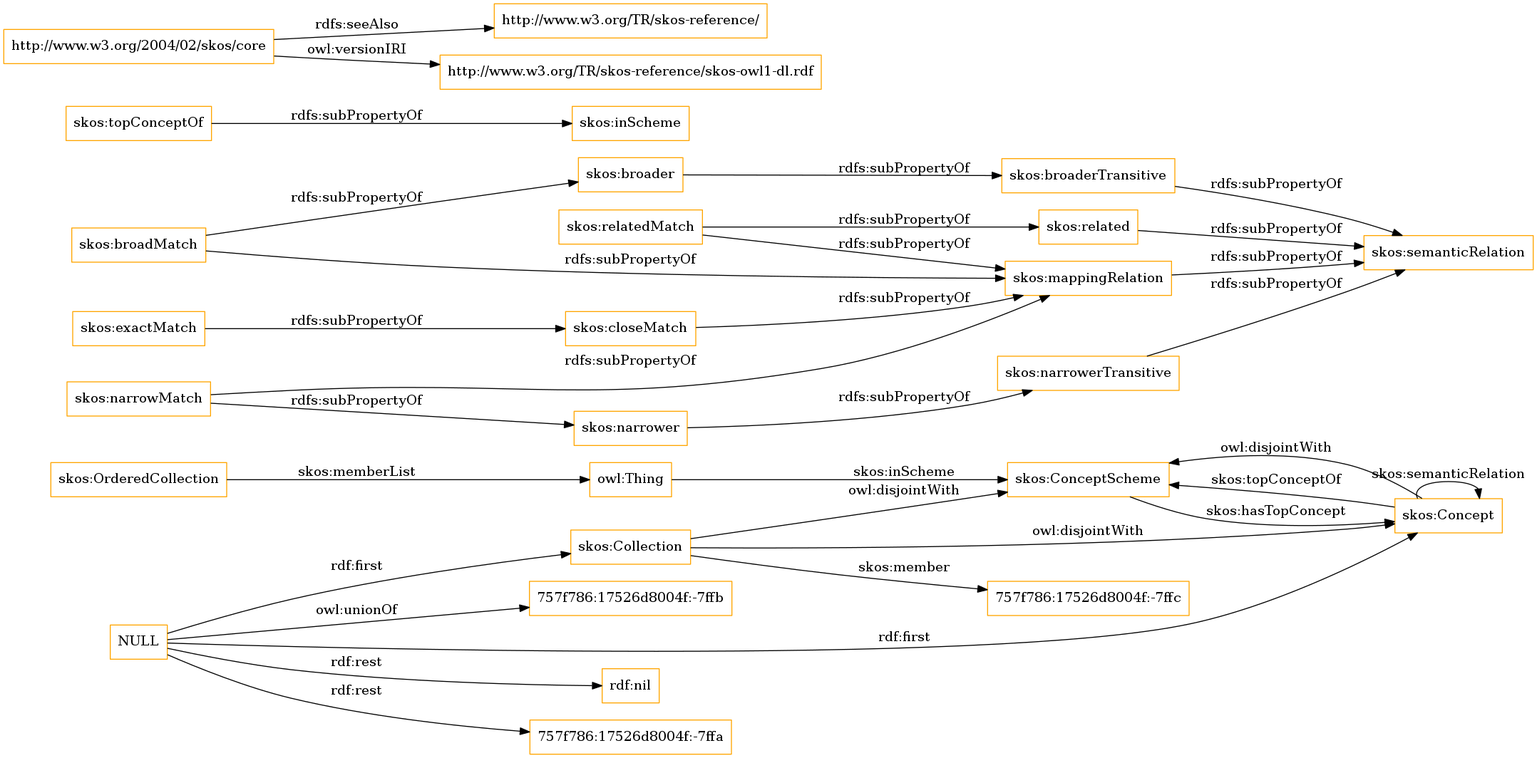
This is OnToology/imports/skos.owl/diagrams/ar2dtool-class/skos.owl.png from OnToologyUser/core-ontology-1, a Graphviz export, as it was before one commit. Its source is kept beside it as OnToology/imports/skos.owl/diagrams/ar2dtool-class/skos.owl.png.dot.
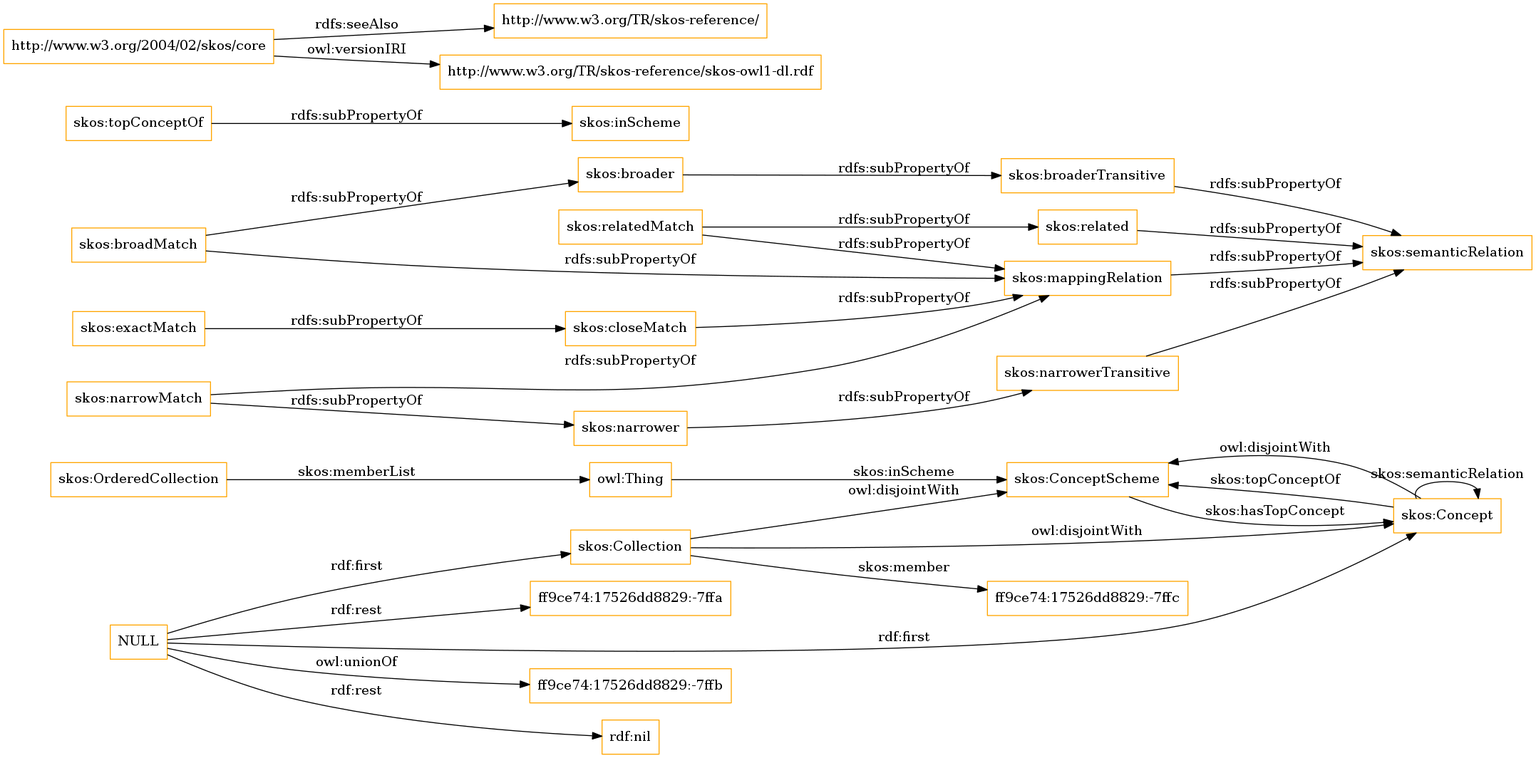
After the commit.

The edit, as a diff of the source:
```diff
@@ -1,13 +1,13 @@
 digraph ar2dtool_diagram {
 rankdir=LR;
 size="1501"
-node [shape = rectangle, color="orange"]; "skos:OrderedCollection" "skos:ConceptScheme" "skos:Concept" "skos:Collection" "757f786:17526d8004f:-7ffc" ; /*classes style*/
+node [shape = rectangle, color="orange"]; "skos:OrderedCollection" "skos:ConceptScheme" "skos:Concept" "skos:Collection" "ff9ce74:17526dd8829:-7ffc" ; /*classes style*/
 	"skos:narrowerTransitive" -> "skos:semanticRelation" [ label = "rdfs:subPropertyOf" ];
+	"NULL" -> "ff9ce74:17526dd8829:-7ffb" [ label = "owl:unionOf" ];
 	"NULL" -> "rdf:nil" [ label = "rdf:rest" ];
 	"NULL" -> "skos:Concept" [ label = "rdf:first" ];
-	"NULL" -> "757f786:17526d8004f:-7ffa" [ label = "rdf:rest" ];
+	"NULL" -> "ff9ce74:17526dd8829:-7ffa" [ label = "rdf:rest" ];
 	"NULL" -> "skos:Collection" [ label = "rdf:first" ];
-	"NULL" -> "757f786:17526d8004f:-7ffb" [ label = "owl:unionOf" ];
 	"skos:closeMatch" -> "skos:mappingRelation" [ label = "rdfs:subPropertyOf" ];
 	"skos:Concept" -> "skos:ConceptScheme" [ label = "owl:disjointWith" ];
 	"skos:relatedMatch" -> "skos:related" [ label = "rdfs:subPropertyOf" ];
@@ -30,7 +30,7 @@
 	"skos:OrderedCollection" -> "owl:Thing" [ label = "skos:memberList" ];
 	"skos:Concept" -> "skos:ConceptScheme" [ label = "skos:topConceptOf" ];
 	"skos:Concept" -> "skos:Concept" [ label = "skos:semanticRelation" ];
-	"skos:Collection" -> "757f786:17526d8004f:-7ffc" [ label = "skos:member" ];
+	"skos:Collection" -> "ff9ce74:17526dd8829:-7ffc" [ label = "skos:member" ];
 	"skos:ConceptScheme" -> "skos:Concept" [ label = "skos:hasTopConcept" ];
 	"owl:Thing" -> "skos:ConceptScheme" [ label = "skos:inScheme" ];
 
```
